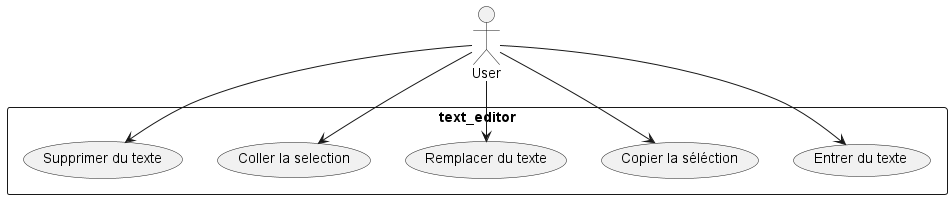
Before: V2/Conception/diagrams/UseCase.png, a diagram exported from PlantUML (Camille-Molinier/text-editor).
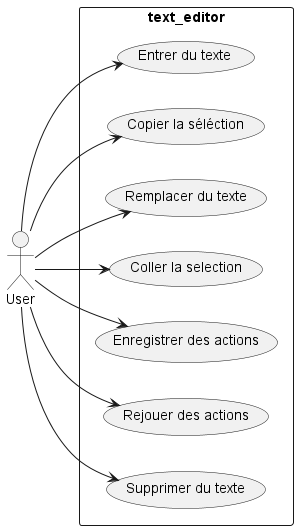
After the commit.

The edit, as a diff of the source:
```diff
@@ -1,5 +1,6 @@
 @startuml
 
+left to right direction
 skinparam packageStyle rect
 skinparam shadowing false
 
@@ -11,12 +12,18 @@
     usecase "Copier la séléction" as cp
     usecase "Coller la selection" as paste
     usecase "Remplacer du texte" as replace
+    usecase "Enregistrer des actions" as rec
+    usecase "Rejouer des actions" as load
+
+  User -> txt
+  User --> select
+  User -> cp
+  User -> replace
+  User -> paste
+  User -> rec
+  User -> load
 }
 
-User -> txt
-User --> select
-User -> cp
-User -> replace
-User -> paste
+
 
 @enduml
```
